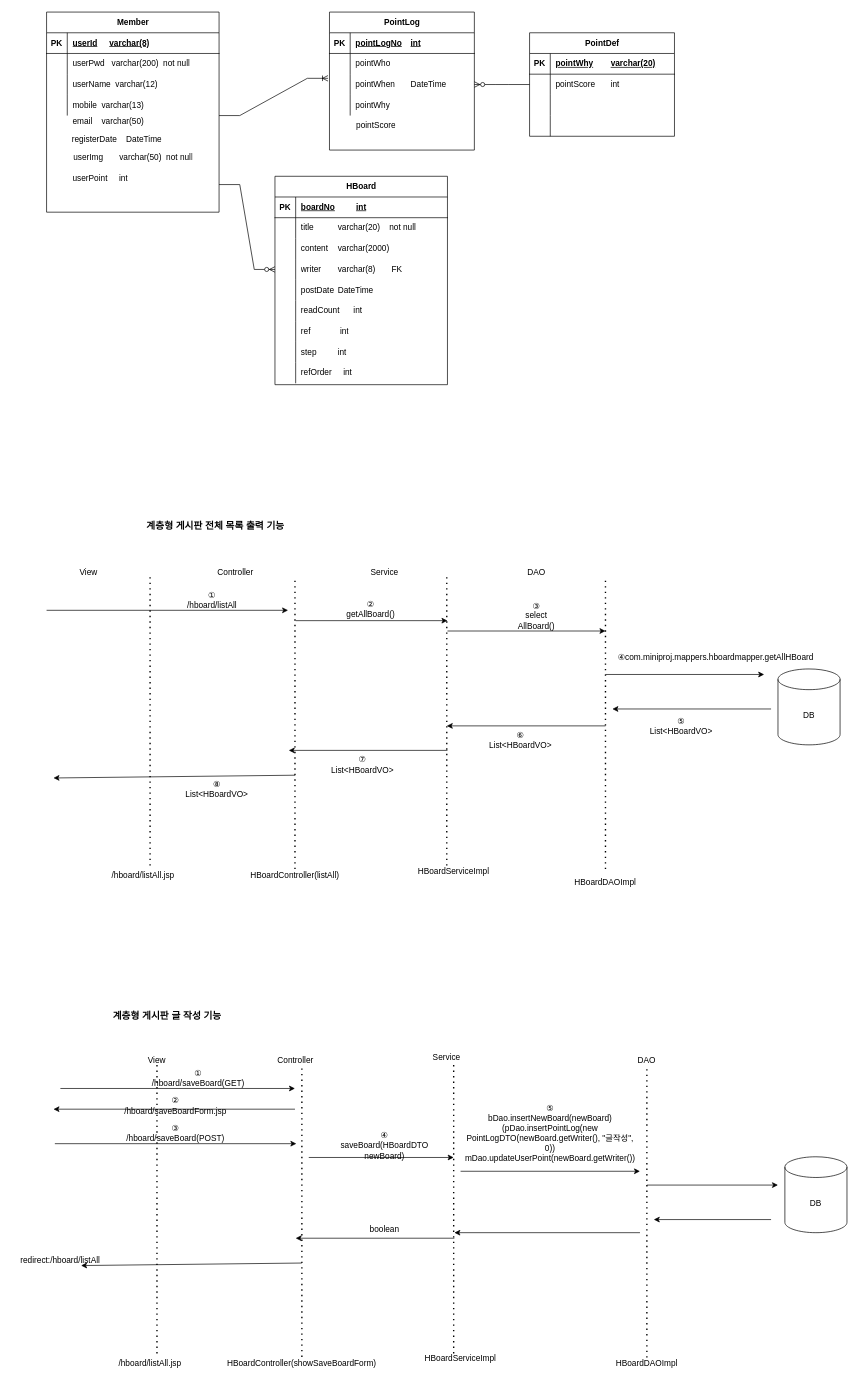
Earlier version of the draw.io diagram src/main/webapp/resources/sql/miniproj.drawio (pgyseven/MiniProject2). Source tidied: cells renumbered, new cells numbered last; positions are measured from the earlier drawing's top-left corner, leaving out a move shared by most shapes. Both pictures are drawn from the tidied source at 69%, with x=0, y=0 at pixel (12, 12).
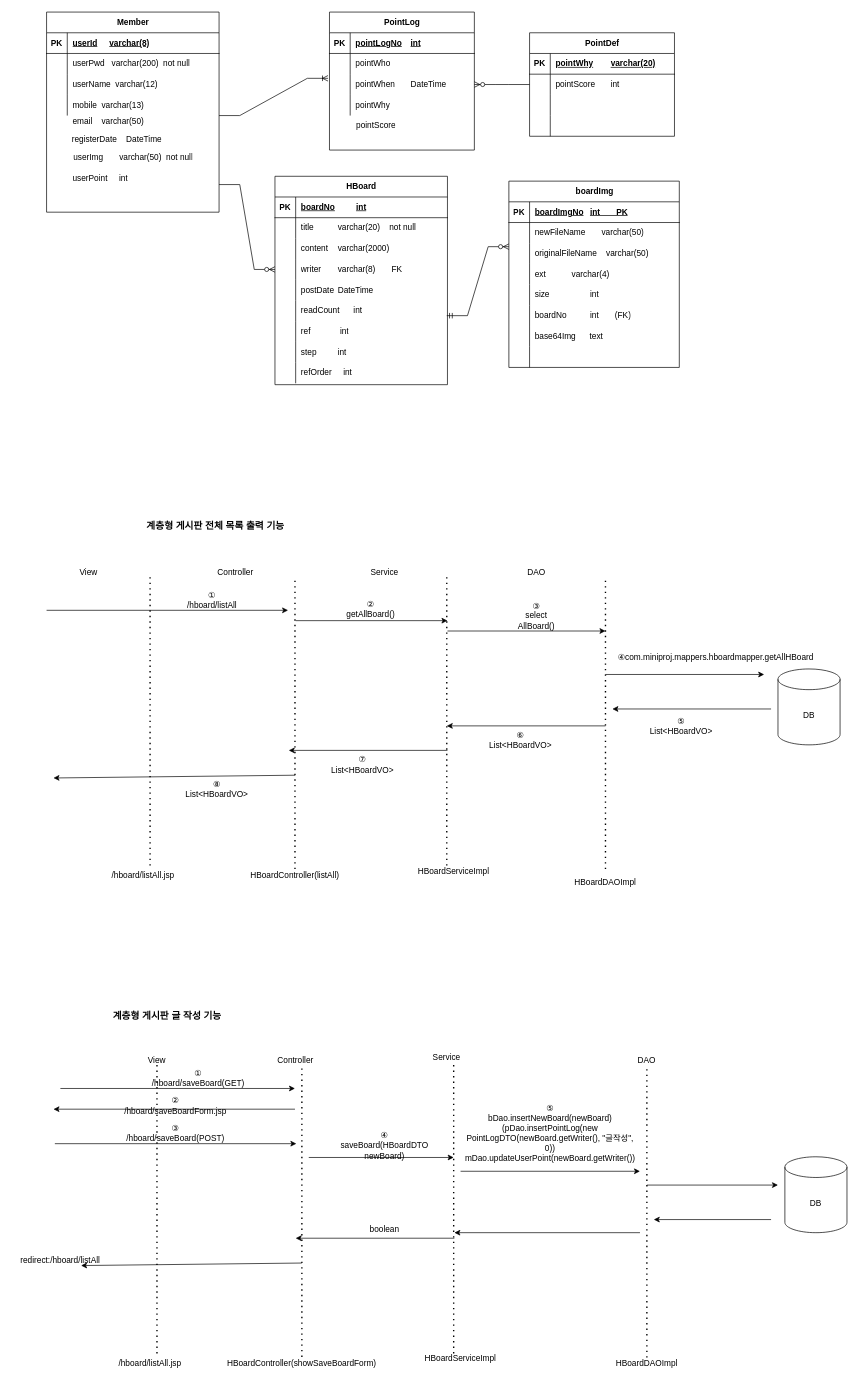
The same diagram, later.

Unchanged cells that the change refers to:
```xml
<mxCell id="78" style="shape=tableRow;horizontal=0;startSize=0;swimlaneHead=0;swimlaneBody=0;fillColor=none;points=[[0,0.5],[1,0.5]];portConstraint=eastwest;top=0;left=0;right=0;bottom=0;" parent="62" vertex="1">
  <mxGeometry y="180" width="250" height="30" as="geometry" />
</mxCell>
```

The edit, as a diff of the source:
```diff
@@
-    <mxCell id="90" style="shape=partialRectangle;fillColor=none;top=0;left=0;bottom=0;right=0;align=left;spacingLeft=6;overflow=hidden;whiteSpace=wrap;html=1;" parent="1" vertex="1">
-      <mxGeometry x="660" y="389" width="220" height="30" as="geometry" />
-    </mxCell>
@@
+    <mxCell id="144" value="boardImg" style="shape=table;startSize=30;childLayout=tableLayout;rowLines=0;fontStyle=1;align=center;html=1;" parent="1" vertex="1">
+      <mxGeometry x="720" y="245" width="247" height="270" as="geometry" />
+    </mxCell>
+    <mxCell id="145" style="shape=tableRow;horizontal=0;startSize=0;swimlaneHead=0;swimlaneBody=0;fillColor=none;top=0;left=0;right=0;bottom=1;" parent="144" vertex="1">
+      <mxGeometry y="30" width="247" height="30" as="geometry" />
+    </mxCell>
+    <mxCell id="146" value="PK" style="shape=partialRectangle;fillColor=none;top=0;left=0;bottom=0;right=0;fontStyle=1;overflow=hidden;whiteSpace=wrap;html=1;" parent="145" vertex="1">
+      <mxGeometry width="30" height="30" as="geometry" />
+    </mxCell>
+    <mxCell id="147" value="boardImgNo&lt;span style=&quot;white-space: pre;&quot;&gt;&#9;&lt;/span&gt;int&amp;nbsp; &amp;nbsp; &amp;nbsp; &amp;nbsp;PK" style="shape=partialRectangle;fillColor=none;top=0;left=0;bottom=0;right=0;align=left;spacingLeft=6;fontStyle=5;overflow=hidden;whiteSpace=wrap;html=1;" parent="145" vertex="1">
+      <mxGeometry x="30" width="217" height="30" as="geometry" />
+    </mxCell>
+    <mxCell id="148" style="shape=tableRow;horizontal=0;startSize=0;swimlaneHead=0;swimlaneBody=0;fillColor=none;top=0;left=0;right=0;bottom=0;" parent="144" vertex="1">
+      <mxGeometry y="60" width="247" height="30" as="geometry" />
+    </mxCell>
+    <mxCell id="149" style="shape=partialRectangle;fillColor=none;top=0;left=0;bottom=0;right=0;overflow=hidden;whiteSpace=wrap;html=1;" parent="148" vertex="1">
+      <mxGeometry width="30" height="30" as="geometry" />
+    </mxCell>
+    <mxCell id="150" value="newFileName&amp;nbsp; &amp;nbsp; &amp;nbsp; &amp;nbsp;varchar(50)" style="shape=partialRectangle;fillColor=none;top=0;left=0;bottom=0;right=0;align=left;spacingLeft=6;overflow=hidden;whiteSpace=wrap;html=1;" parent="148" vertex="1">
+      <mxGeometry x="30" width="217" height="30" as="geometry" />
+    </mxCell>
+    <mxCell id="151" style="shape=tableRow;horizontal=0;startSize=0;swimlaneHead=0;swimlaneBody=0;fillColor=none;top=0;left=0;right=0;bottom=0;" parent="144" vertex="1">
+      <mxGeometry y="90" width="247" height="30" as="geometry" />
+    </mxCell>
+    <mxCell id="152" style="shape=partialRectangle;fillColor=none;top=0;left=0;bottom=0;right=0;overflow=hidden;whiteSpace=wrap;html=1;" parent="151" vertex="1">
+      <mxGeometry width="30" height="30" as="geometry" />
+    </mxCell>
+    <mxCell id="153" value="originalFileName&amp;nbsp; &amp;nbsp; varchar(50)" style="shape=partialRectangle;fillColor=none;top=0;left=0;bottom=0;right=0;align=left;spacingLeft=6;overflow=hidden;whiteSpace=wrap;html=1;" parent="151" vertex="1">
+      <mxGeometry x="30" width="217" height="30" as="geometry" />
+    </mxCell>
+    <mxCell id="154" style="shape=tableRow;horizontal=0;startSize=0;swimlaneHead=0;swimlaneBody=0;fillColor=none;top=0;left=0;right=0;bottom=0;" parent="144" vertex="1">
+      <mxGeometry y="120" width="247" height="30" as="geometry" />
+    </mxCell>
+    <mxCell id="155" style="shape=partialRectangle;fillColor=none;top=0;left=0;bottom=0;right=0;overflow=hidden;whiteSpace=wrap;html=1;" parent="154" vertex="1">
+      <mxGeometry width="30" height="30" as="geometry" />
+    </mxCell>
+    <mxCell id="156" value="ext&amp;nbsp; &amp;nbsp; &amp;nbsp;&amp;nbsp;&lt;span style=&quot;white-space: pre;&quot;&gt;&#9;&lt;/span&gt;varchar(4)" style="shape=partialRectangle;fillColor=none;top=0;left=0;bottom=0;right=0;align=left;spacingLeft=6;overflow=hidden;whiteSpace=wrap;html=1;" parent="154" vertex="1">
+      <mxGeometry x="30" width="217" height="30" as="geometry" />
+    </mxCell>
+    <mxCell id="157" style="shape=tableRow;horizontal=0;startSize=0;swimlaneHead=0;swimlaneBody=0;fillColor=none;top=0;left=0;right=0;bottom=0;" parent="144" vertex="1">
+      <mxGeometry y="150" width="247" height="30" as="geometry" />
+    </mxCell>
+    <mxCell id="158" style="shape=partialRectangle;fillColor=none;top=0;left=0;bottom=0;right=0;overflow=hidden;whiteSpace=wrap;html=1;" parent="157" vertex="1">
+      <mxGeometry width="30" height="30" as="geometry" />
+    </mxCell>
+    <mxCell id="159" value="size&lt;span style=&quot;white-space: pre;&quot;&gt;&#9;&lt;/span&gt;&lt;span style=&quot;white-space: pre;&quot;&gt;&#9;&lt;span style=&quot;white-space: pre;&quot;&gt;&#9;&lt;/span&gt;int&lt;/span&gt;" style="shape=partialRectangle;fillColor=none;top=0;left=0;bottom=0;right=0;align=left;spacingLeft=6;overflow=hidden;whiteSpace=wrap;html=1;" parent="157" vertex="1">
+      <mxGeometry x="30" width="217" height="30" as="geometry" />
+    </mxCell>
+    <mxCell id="160" style="shape=tableRow;horizontal=0;startSize=0;swimlaneHead=0;swimlaneBody=0;fillColor=none;top=0;left=0;right=0;bottom=0;" parent="144" vertex="1">
+      <mxGeometry y="180" width="247" height="30" as="geometry" />
+    </mxCell>
+    <mxCell id="161" style="shape=partialRectangle;fillColor=none;top=0;left=0;bottom=0;right=0;overflow=hidden;whiteSpace=wrap;html=1;" parent="160" vertex="1">
+      <mxGeometry width="30" height="30" as="geometry" />
+    </mxCell>
+    <mxCell id="162" value="boardNo&lt;span style=&quot;white-space: pre;&quot;&gt;&#9;&lt;/span&gt;&lt;span style=&quot;white-space: pre;&quot;&gt;&#9;&lt;/span&gt;int&amp;nbsp; &amp;nbsp; &amp;nbsp; &amp;nbsp;(FK)" style="shape=partialRectangle;fillColor=none;top=0;left=0;bottom=0;right=0;align=left;spacingLeft=6;overflow=hidden;whiteSpace=wrap;html=1;" parent="160" vertex="1">
+      <mxGeometry x="30" width="217" height="30" as="geometry" />
+    </mxCell>
+    <mxCell id="163" style="shape=tableRow;horizontal=0;startSize=0;swimlaneHead=0;swimlaneBody=0;fillColor=none;top=0;left=0;right=0;bottom=0;" parent="144" vertex="1">
+      <mxGeometry y="210" width="247" height="30" as="geometry" />
+    </mxCell>
+    <mxCell id="164" style="shape=partialRectangle;fillColor=none;top=0;left=0;bottom=0;right=0;overflow=hidden;whiteSpace=wrap;html=1;" parent="163" vertex="1">
+      <mxGeometry width="30" height="30" as="geometry" />
+    </mxCell>
+    <mxCell id="165" value="base64Img&amp;nbsp; &amp;nbsp; &amp;nbsp; text" style="shape=partialRectangle;fillColor=none;top=0;left=0;bottom=0;right=0;align=left;spacingLeft=6;overflow=hidden;whiteSpace=wrap;html=1;" parent="163" vertex="1">
+      <mxGeometry x="30" width="217" height="30" as="geometry" />
+    </mxCell>
+    <mxCell id="166" style="shape=tableRow;horizontal=0;startSize=0;swimlaneHead=0;swimlaneBody=0;fillColor=none;top=0;left=0;right=0;bottom=0;" parent="144" vertex="1">
+      <mxGeometry y="240" width="247" height="30" as="geometry" />
+    </mxCell>
+    <mxCell id="167" style="shape=partialRectangle;fillColor=none;top=0;left=0;bottom=0;right=0;overflow=hidden;whiteSpace=wrap;html=1;" parent="166" vertex="1">
+      <mxGeometry width="30" height="30" as="geometry" />
+    </mxCell>
+    <mxCell id="168" style="shape=partialRectangle;fillColor=none;top=0;left=0;bottom=0;right=0;align=left;spacingLeft=6;overflow=hidden;whiteSpace=wrap;html=1;" parent="166" vertex="1">
+      <mxGeometry x="30" width="217" height="30" as="geometry" />
+    </mxCell>
+    <mxCell id="169" style="edgeStyle=entityRelationEdgeStyle;fontSize=12;html=1;endArrow=ERzeroToMany;startArrow=ERmandOne;rounded=0;exitX=0.996;exitY=0.733;exitDx=0;exitDy=0;exitPerimeter=0;" parent="1" edge="1" source="78">
+      <mxGeometry relative="1" as="geometry">
+        <mxPoint x="720" y="340" as="targetPoint" />
+      </mxGeometry>
+    </mxCell>
```
